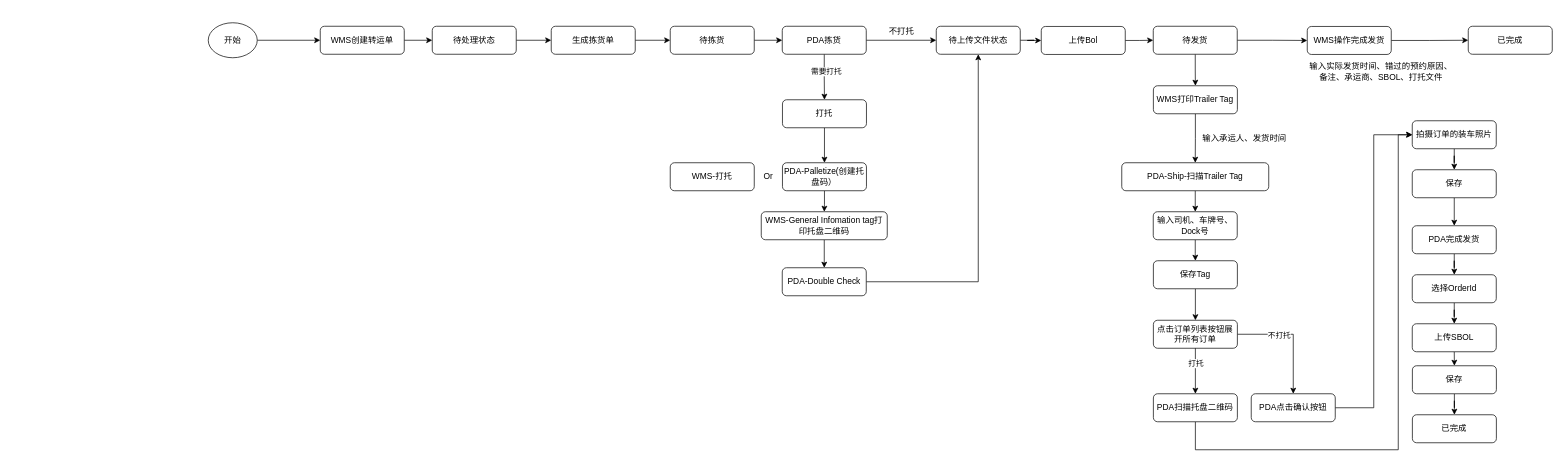
This is page "转运操作流程" (10 of 10) of 转运流程.drawio from OJBK123/Draws, a draw.io file, before an edit. Source tidied: cells renumbered, new cells numbered last; positions are measured from the earlier drawing's top-left corner, leaving out a move shared by most shapes. Both pictures are drawn from the tidied source at 70%, with x=0, y=0 at pixel (208, 21).
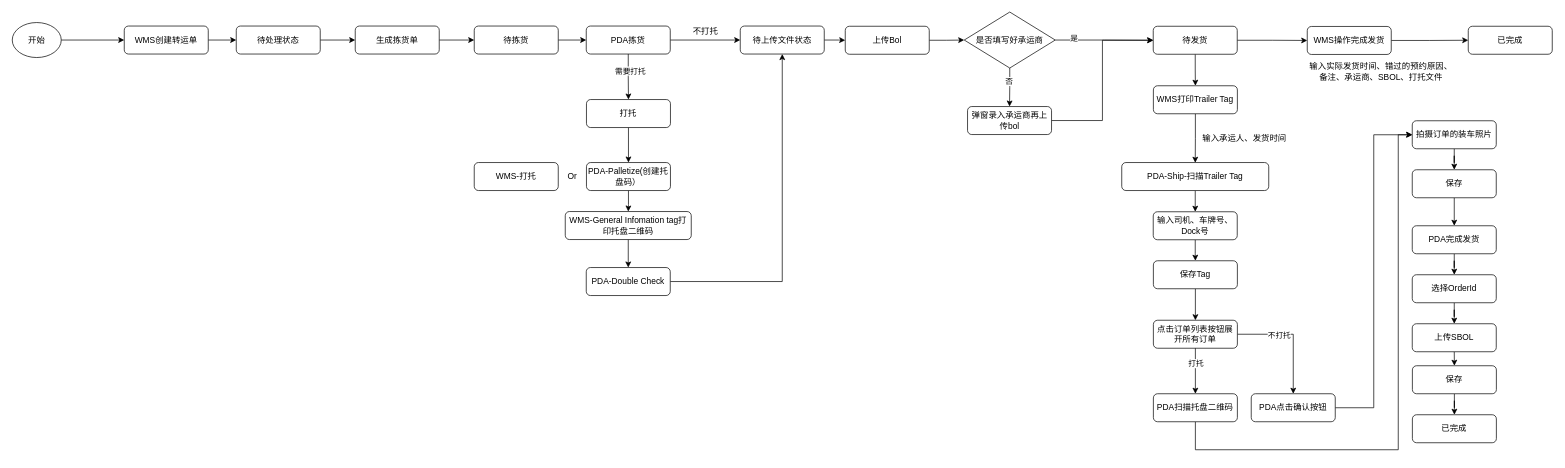
The same page after the edit.

Commit message:
更新转运流程.drawio

The change refers to these unchanged cells:
```xml
<mxCell id="26" value="待发货" style="rounded=1;whiteSpace=wrap;html=1;fontSize=12;glass=0;strokeWidth=1;shadow=0;" parent="1" vertex="1">
  <mxGeometry x="1350" y="7" width="120" height="40" as="geometry" />
</mxCell>
<mxCell id="34" value="输入司机、车牌号、Dock号" style="rounded=1;whiteSpace=wrap;html=1;fontSize=12;glass=0;strokeWidth=1;shadow=0;" parent="1" vertex="1">
  <mxGeometry x="1350" y="272" width="120" height="40" as="geometry" />
</mxCell>
<mxCell id="36" value="WMS打印Trailer Tag" style="rounded=1;whiteSpace=wrap;html=1;fontSize=12;glass=0;strokeWidth=1;shadow=0;" parent="1" vertex="1">
  <mxGeometry x="1350.2" y="92" width="120" height="40" as="geometry" />
</mxCell>
```

What changed in the source:
```diff
@@
     <mxCell id="3" value="WMS创建转运单" style="rounded=1;whiteSpace=wrap;html=1;fontSize=12;glass=0;strokeWidth=1;shadow=0;" parent="1" vertex="1">
-      <mxGeometry x="160" y="7" width="120" height="40" as="geometry" />
+      <mxGeometry x="-120" y="6.7" width="120" height="40" as="geometry" />
     </mxCell>
@@
     <mxCell id="5" value="开始" style="ellipse;whiteSpace=wrap;html=1;" parent="1" vertex="1">
-      <mxGeometry y="2" width="70" height="50" as="geometry" />
+      <mxGeometry x="-280" y="1.7" width="70" height="50" as="geometry" />
     </mxCell>
@@
     <mxCell id="7" value="待处理状态" style="rounded=1;whiteSpace=wrap;html=1;fontSize=12;glass=0;strokeWidth=1;shadow=0;" parent="1" vertex="1">
-      <mxGeometry x="320" y="7" width="120" height="40" as="geometry" />
+      <mxGeometry x="40" y="6.7" width="120" height="40" as="geometry" />
     </mxCell>
@@
     <mxCell id="9" value="生成拣货单" style="rounded=1;whiteSpace=wrap;html=1;fontSize=12;glass=0;strokeWidth=1;shadow=0;" parent="1" vertex="1">
-      <mxGeometry x="490" y="7" width="120" height="40" as="geometry" />
+      <mxGeometry x="210" y="6.7" width="120" height="40" as="geometry" />
     </mxCell>
@@
     <mxCell id="11" value="待拣货" style="rounded=1;whiteSpace=wrap;html=1;fontSize=12;glass=0;strokeWidth=1;shadow=0;" parent="1" vertex="1">
-      <mxGeometry x="660" y="7" width="120" height="40" as="geometry" />
+      <mxGeometry x="380" y="6.7" width="120" height="40" as="geometry" />
     </mxCell>
@@
     <mxCell id="15" value="PDA拣货" style="rounded=1;whiteSpace=wrap;html=1;fontSize=12;glass=0;strokeWidth=1;shadow=0;" parent="1" vertex="1">
-      <mxGeometry x="820" y="7" width="120" height="40" as="geometry" />
+      <mxGeometry x="540" y="6.7" width="120" height="40" as="geometry" />
     </mxCell>
@@
     <mxCell id="17" value="打托" style="rounded=1;whiteSpace=wrap;html=1;fontSize=12;glass=0;strokeWidth=1;shadow=0;" parent="1" vertex="1">
-      <mxGeometry x="820.3" y="112" width="120" height="40" as="geometry" />
+      <mxGeometry x="540.3" y="111.7" width="120" height="40" as="geometry" />
     </mxCell>
@@
     <mxCell id="19" value="待上传文件状态" style="rounded=1;whiteSpace=wrap;html=1;fontSize=12;glass=0;strokeWidth=1;shadow=0;" parent="1" vertex="1">
-      <mxGeometry x="1040" y="7" width="120" height="40" as="geometry" />
+      <mxGeometry x="760" y="6.7" width="120" height="40" as="geometry" />
     </mxCell>
@@
     <mxCell id="21" value="PDA-Palletize(创建托盘码）" style="rounded=1;whiteSpace=wrap;html=1;fontSize=12;glass=0;strokeWidth=1;shadow=0;" parent="1" vertex="1">
-      <mxGeometry x="820.3" y="202" width="120" height="40" as="geometry" />
+      <mxGeometry x="540.3" y="201.7" width="120" height="40" as="geometry" />
     </mxCell>
-    <mxCell id="22" style="edgeStyle=orthogonalEdgeStyle;rounded=0;jettySize=auto;html=1;exitX=1;exitY=0.5;exitDx=0;exitDy=0;" parent="1" edge="1" source="23" target="26">
+    <mxCell id="22" style="edgeStyle=orthogonalEdgeStyle;rounded=0;jettySize=auto;html=1;exitX=1;exitY=0.5;exitDx=0;exitDy=0;" parent="1" edge="1" source="23" target="73">
       <mxGeometry relative="1" as="geometry" />
     </mxCell>
     <mxCell id="23" value="上传Bol" style="rounded=1;whiteSpace=wrap;html=1;fontSize=12;glass=0;strokeWidth=1;shadow=0;" parent="1" vertex="1">
-      <mxGeometry x="1190" y="7.3" width="120" height="40" as="geometry" />
+      <mxGeometry x="910" y="7" width="120" height="40" as="geometry" />
     </mxCell>
@@
-    <mxCell id="30" style="edgeStyle=orthogonalEdgeStyle;rounded=0;jettySize=auto;html=1;exitX=0.5;exitY=1;exitDx=0;exitDy=0;entryX=0.5;entryY=0;entryDx=0;entryDy=0;" parent="1" edge="1" source="31" target="34">
-      <mxGeometry relative="1" as="geometry" />
+    <mxCell id="30" style="edgeStyle=orthogonalEdgeStyle;rounded=0;jettySize=auto;html=1;exitX=0.5;exitY=1;exitDx=0;exitDy=0;entryX=0.5;entryY=0;entryDx=0;entryDy=0;" parent="1" edge="1" target="34">
+      <mxGeometry relative="1" as="geometry">
+        <mxPoint x="1410" y="242" as="sourcePoint" />
+      </mxGeometry>
     </mxCell>
     <mxCell id="31" value="PDA-Ship-扫描Trailer Tag" style="rounded=1;whiteSpace=wrap;html=1;fontSize=12;glass=0;strokeWidth=1;shadow=0;" parent="1" vertex="1">
-      <mxGeometry x="1305" y="202" width="210" height="40" as="geometry" />
+      <mxGeometry x="1305" y="201.7" width="210" height="40" as="geometry" />
     </mxCell>
@@
-    <mxCell id="35" style="edgeStyle=orthogonalEdgeStyle;rounded=0;jettySize=auto;html=1;exitX=0.5;exitY=1;exitDx=0;exitDy=0;" parent="1" edge="1" source="36" target="31">
-      <mxGeometry relative="1" as="geometry" />
+    <mxCell id="35" style="edgeStyle=orthogonalEdgeStyle;rounded=0;jettySize=auto;html=1;exitX=0.5;exitY=1;exitDx=0;exitDy=0;" parent="1" edge="1" source="36">
+      <mxGeometry relative="1" as="geometry">
+        <mxPoint x="1410" y="202" as="targetPoint" />
+      </mxGeometry>
     </mxCell>
@@
     <mxCell id="61" value="PDA-Double Check" style="rounded=1;whiteSpace=wrap;html=1;fontSize=12;glass=0;strokeWidth=1;shadow=0;" parent="1" vertex="1">
-      <mxGeometry x="820" y="352" width="120" height="40" as="geometry" />
+      <mxGeometry x="540" y="351.7" width="120" height="40" as="geometry" />
     </mxCell>
     <mxCell id="62" value="WMS-打托" style="rounded=1;whiteSpace=wrap;html=1;fontSize=12;glass=0;strokeWidth=1;shadow=0;" parent="1" vertex="1">
-      <mxGeometry x="660" y="202" width="120" height="40" as="geometry" />
+      <mxGeometry x="380" y="201.7" width="120" height="40" as="geometry" />
     </mxCell>
     <mxCell id="63" value="Or" style="text;html=1;align=center;verticalAlign=middle;strokeColor=none;fillColor=none;" parent="1" vertex="1">
-      <mxGeometry x="780" y="207" width="40" height="30" as="geometry" />
+      <mxGeometry x="500" y="206.7" width="40" height="30" as="geometry" />
     </mxCell>
     <mxCell id="64" value="不打托" style="text;html=1;align=center;verticalAlign=middle;strokeColor=none;fillColor=none;" parent="1" vertex="1">
-      <mxGeometry x="960" width="60" height="30" as="geometry" />
+      <mxGeometry x="680" y="-0.3" width="60" height="30" as="geometry" />
     </mxCell>
@@
     <mxCell id="66" value="WMS-General Infomation tag打印托盘二维码" style="rounded=1;whiteSpace=wrap;html=1;fontSize=12;glass=0;strokeWidth=1;shadow=0;" parent="1" vertex="1">
-      <mxGeometry x="790" y="272" width="180" height="40" as="geometry" />
+      <mxGeometry x="510" y="271.7" width="180" height="40" as="geometry" />
     </mxCell>
@@
+    <mxCell id="69" style="edgeStyle=orthogonalEdgeStyle;rounded=0;jettySize=auto;html=1;exitX=0.5;exitY=1;exitDx=0;exitDy=0;" parent="1" edge="1" source="73" target="75">
+      <mxGeometry relative="1" as="geometry" />
+    </mxCell>
+    <mxCell id="70" value="否" style="edgeLabel;html=1;align=center;verticalAlign=middle;" parent="69" vertex="1">
+      <mxGeometry x="-0.33" y="-2" relative="1" as="geometry" />
+    </mxCell>
+    <mxCell id="71" style="edgeStyle=orthogonalEdgeStyle;rounded=0;jettySize=auto;html=1;exitX=1;exitY=0.5;exitDx=0;exitDy=0;" parent="1" edge="1" source="73">
+      <mxGeometry relative="1" as="geometry">
+        <mxPoint x="1350" y="27" as="targetPoint" />
+      </mxGeometry>
+    </mxCell>
+    <mxCell id="72" value="是" style="edgeLabel;html=1;align=center;verticalAlign=middle;" parent="71" vertex="1">
+      <mxGeometry x="-0.63" y="3" relative="1" as="geometry" />
+    </mxCell>
+    <mxCell id="73" value="是否填写好承运商" style="rhombus;whiteSpace=wrap;html=1;" parent="1" vertex="1">
+      <mxGeometry x="1080" y="-13.3" width="130" height="80" as="geometry" />
+    </mxCell>
+    <mxCell id="74" style="edgeStyle=orthogonalEdgeStyle;rounded=0;jettySize=auto;html=1;exitX=1;exitY=0.5;exitDx=0;exitDy=0;entryX=0;entryY=0.5;entryDx=0;entryDy=0;" parent="1" edge="1" source="75" target="26">
+      <mxGeometry relative="1" as="geometry" />
+    </mxCell>
+    <mxCell id="75" value="弹窗录入承运商再上传bol" style="rounded=1;whiteSpace=wrap;html=1;fontSize=12;glass=0;strokeWidth=1;shadow=0;" parent="1" vertex="1">
+      <mxGeometry x="1084.7" y="121.7" width="120" height="40" as="geometry" />
+    </mxCell>
```
